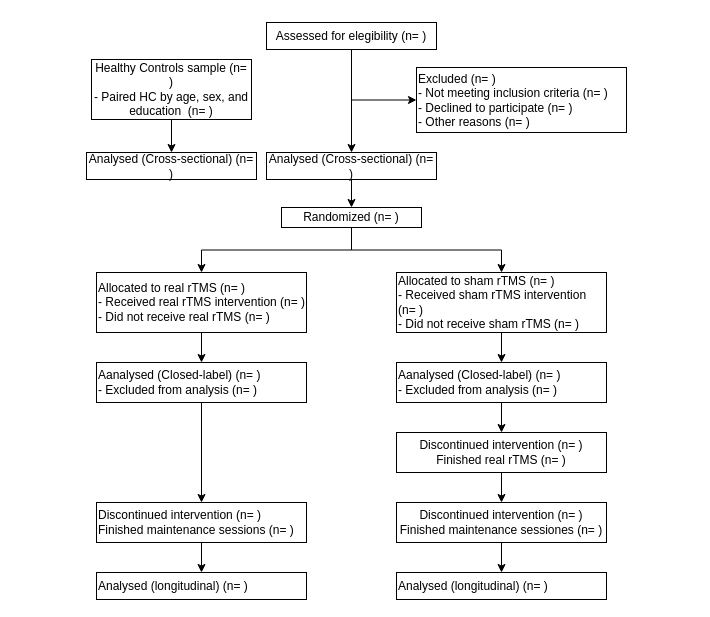
Earlier version of the draw.io diagram Figures/participantFlowen.drawio (soffiafdz/TesisINB). Source tidied: cells renumbered, new cells numbered last; positions are measured from the earlier drawing's top-left corner, leaving out a move shared by most shapes. Both pictures are drawn from the tidied source at 100%, with x=0, y=0 at pixel (86, 22).
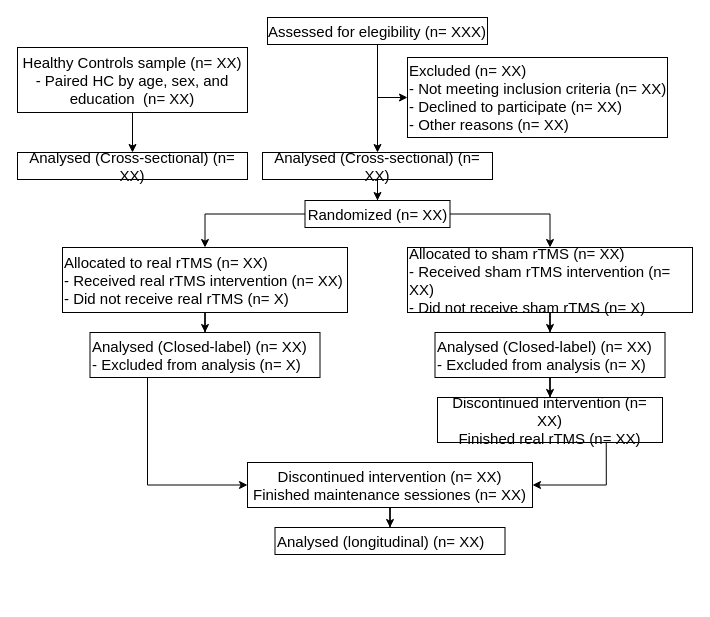
The same diagram, later.

Change to the diagram source:
```diff
@@
-    <mxCell id="2" value="Assessed for elegibility (n= )" style="rounded=0;whiteSpace=wrap;html=1;rotation=0;" parent="1" vertex="1">
-      <mxGeometry x="180" width="170" height="27" as="geometry" />
+    <mxCell id="2" value="&lt;font style=&quot;font-size: 15px&quot;&gt;Assessed for elegibility (n= XXX)&lt;/font&gt;" style="rounded=0;whiteSpace=wrap;html=1;rotation=0;" parent="1" vertex="1">
+      <mxGeometry x="181" y="-5" width="220" height="27" as="geometry" />
     </mxCell>
-    <mxCell id="3" value="&lt;div align=&quot;left&quot;&gt;Excluded (n= )&lt;br&gt;- Not meeting inclusion criteria (n= )&lt;br&gt;- Declined to participate (n= )&lt;br&gt;- Other reasons (n= )&lt;/div&gt;" style="rounded=0;whiteSpace=wrap;html=1;align=left;rotation=0;" parent="1" vertex="1" collapsed="1">
-      <mxGeometry x="330" y="45" width="210" height="65" as="geometry" />
+    <mxCell id="3" value="&lt;div style=&quot;font-size: 15px&quot; align=&quot;left&quot;&gt;&lt;font style=&quot;font-size: 15px&quot;&gt;Excluded (n= XX)&lt;br&gt;- Not meeting inclusion criteria (n= XX)&lt;br&gt;- Declined to participate (n= XX)&lt;br&gt;- Other reasons (n= XX)&lt;/font&gt;&lt;/div&gt;" style="rounded=0;whiteSpace=wrap;html=1;align=left;rotation=0;" parent="1" vertex="1" collapsed="1">
+      <mxGeometry x="321" y="35" width="260" height="80" as="geometry" />
     </mxCell>
@@
-    <mxCell id="5" style="edgeStyle=orthogonalEdgeStyle;rounded=0;jettySize=auto;html=1;" parent="1" edge="1" source="7" target="10">
+    <mxCell id="5" style="edgeStyle=orthogonalEdgeStyle;rounded=0;jettySize=auto;html=1;exitX=0;exitY=0.5;exitDx=0;exitDy=0;entryX=0.5;entryY=0;entryDx=0;entryDy=0;" parent="1" edge="1" source="7" target="10">
       <mxGeometry relative="1" as="geometry" />
     </mxCell>
-    <mxCell id="6" style="edgeStyle=orthogonalEdgeStyle;rounded=0;jettySize=auto;html=1;exitX=0.5;exitY=1;exitDx=0;exitDy=0;" parent="1" edge="1" source="7" target="15">
+    <mxCell id="6" style="edgeStyle=orthogonalEdgeStyle;rounded=0;jettySize=auto;html=1;exitX=1;exitY=0.5;exitDx=0;exitDy=0;entryX=0.5;entryY=0;entryDx=0;entryDy=0;" parent="1" edge="1" source="7" target="15">
       <mxGeometry relative="1" as="geometry" />
     </mxCell>
-    <mxCell id="7" value="Randomized (n= )" style="rounded=0;whiteSpace=wrap;html=1;rotation=0;" parent="1" vertex="1">
-      <mxGeometry x="195" y="185" width="140" height="20" as="geometry" />
+    <mxCell id="7" value="&lt;font style=&quot;font-size: 15px&quot;&gt;Randomized (n= XX)&lt;/font&gt;" style="rounded=0;whiteSpace=wrap;html=1;rotation=0;" parent="1" vertex="1">
+      <mxGeometry x="218.5" y="178" width="145" height="27" as="geometry" />
     </mxCell>
@@
-    <mxCell id="10" value="&lt;div align=&quot;left&quot;&gt;Allocated to real rTMS (n= )&lt;br&gt;- Received real rTMS intervention (n= )&lt;br&gt;- Did not receive real rTMS (n= )&lt;br&gt;&lt;/div&gt;" style="rounded=0;whiteSpace=wrap;html=1;align=left;rotation=0;" parent="1" vertex="1">
-      <mxGeometry x="10" y="250" width="210" height="60" as="geometry" />
+    <mxCell id="10" value="&lt;div style=&quot;font-size: 15px&quot; align=&quot;left&quot;&gt;&lt;font style=&quot;font-size: 15px&quot;&gt;Allocated to real rTMS (n= XX)&lt;br&gt;- Received real rTMS intervention (n= XX)&lt;br&gt;- Did not receive real rTMS (n= X)&lt;br&gt;&lt;/font&gt;&lt;/div&gt;" style="rounded=0;whiteSpace=wrap;html=1;align=left;rotation=0;" parent="1" vertex="1">
+      <mxGeometry x="-24" y="225" width="285" height="65" as="geometry" />
     </mxCell>
-    <mxCell id="11" style="edgeStyle=orthogonalEdgeStyle;rounded=0;jettySize=auto;html=1;" parent="1" edge="1" source="12" target="13">
-      <mxGeometry relative="1" as="geometry" />
-    </mxCell>
-    <mxCell id="12" value="&lt;div&gt;Discontinued intervention (n= )&lt;/div&gt;&lt;div&gt;Finished maintenance sessions (n= )&lt;br&gt;&lt;/div&gt;" style="rounded=0;whiteSpace=wrap;html=1;align=left;rotation=0;" parent="1" vertex="1">
-      <mxGeometry x="10" y="480" width="210" height="40" as="geometry" />
-    </mxCell>
-    <mxCell id="13" value="Analysed (longitudinal) (n= )" style="rounded=0;whiteSpace=wrap;html=1;align=left;rotation=0;" parent="1" vertex="1">
-      <mxGeometry x="10" y="550" width="210" height="27" as="geometry" />
-    </mxCell>
@@
-    <mxCell id="15" value="&lt;div align=&quot;left&quot;&gt;Allocated to sham rTMS (n= )&lt;br&gt;- Received sham rTMS intervention (n= )&lt;br&gt;- Did not receive sham rTMS (n= )&lt;br&gt;&lt;/div&gt;" style="rounded=0;whiteSpace=wrap;html=1;align=left;rotation=0;" parent="1" vertex="1">
-      <mxGeometry x="310" y="250" width="210" height="60" as="geometry" />
+    <mxCell id="15" value="&lt;div style=&quot;font-size: 15px&quot; align=&quot;left&quot;&gt;&lt;font style=&quot;font-size: 15px&quot;&gt;Allocated to sham rTMS (n= XX)&lt;br&gt;- Received sham rTMS intervention (n= XX)&lt;br&gt;- Did not receive sham rTMS (n= X)&lt;br&gt;&lt;/font&gt;&lt;/div&gt;" style="rounded=0;whiteSpace=wrap;html=1;align=left;rotation=0;" parent="1" vertex="1">
+      <mxGeometry x="321" y="225" width="285" height="65" as="geometry" />
     </mxCell>
@@
-    <mxCell id="17" value="&lt;div align=&quot;left&quot;&gt;Aanalysed (Closed-label) (n= )&lt;/div&gt;&lt;div align=&quot;left&quot;&gt;- Excluded from analysis (n= )&lt;br&gt;&lt;/div&gt;" style="rounded=0;whiteSpace=wrap;html=1;align=left;rotation=0;" parent="1" vertex="1">
-      <mxGeometry x="310" y="340" width="210" height="40" as="geometry" />
+    <mxCell id="17" value="&lt;div style=&quot;font-size: 15px&quot; align=&quot;left&quot;&gt;&lt;font style=&quot;font-size: 15px&quot;&gt;Analysed (Closed-label) (n= XX)&lt;/font&gt;&lt;/div&gt;&lt;div style=&quot;font-size: 15px&quot; align=&quot;left&quot;&gt;&lt;font style=&quot;font-size: 15px&quot;&gt;- Excluded from analysis (n= X)&lt;br&gt;&lt;/font&gt;&lt;/div&gt;" style="rounded=0;whiteSpace=wrap;html=1;align=left;rotation=0;" parent="1" vertex="1">
+      <mxGeometry x="348.5" y="310" width="230" height="45" as="geometry" />
     </mxCell>
-    <mxCell id="18" style="edgeStyle=orthogonalEdgeStyle;rounded=0;jettySize=auto;html=1;" parent="1" edge="1" source="19" target="28">
+    <mxCell id="18" style="edgeStyle=orthogonalEdgeStyle;rounded=0;jettySize=auto;html=1;exitX=0.75;exitY=1;exitDx=0;exitDy=0;entryX=1;entryY=0.5;entryDx=0;entryDy=0;" parent="1" edge="1" source="19" target="28">
       <mxGeometry relative="1" as="geometry" />
     </mxCell>
-    <mxCell id="19" value="&lt;div align=&quot;center&quot;&gt;Discontinued intervention (n= )&lt;/div&gt;&lt;div align=&quot;center&quot;&gt;Finished real rTMS (n= )&lt;br&gt;&lt;/div&gt;" style="rounded=0;whiteSpace=wrap;html=1;align=center;rotation=0;" parent="1" vertex="1">
-      <mxGeometry x="310" y="410" width="210" height="40" as="geometry" />
+    <mxCell id="19" value="&lt;div style=&quot;font-size: 15px&quot; align=&quot;center&quot;&gt;&lt;font style=&quot;font-size: 15px&quot;&gt;Discontinued intervention (n= XX)&lt;/font&gt;&lt;/div&gt;&lt;div style=&quot;font-size: 15px&quot; align=&quot;center&quot;&gt;&lt;font style=&quot;font-size: 15px&quot;&gt;Finished real rTMS (n= XX)&lt;br&gt;&lt;/font&gt;&lt;/div&gt;" style="rounded=0;whiteSpace=wrap;html=1;align=center;rotation=0;" parent="1" vertex="1">
+      <mxGeometry x="351" y="375" width="225" height="45" as="geometry" />
     </mxCell>
@@
-    <mxCell id="21" value="&lt;div align=&quot;center&quot;&gt;Healthy Controls sample (n= )&lt;br&gt;- Paired HC by age, sex, and education&amp;nbsp; (n= )&lt;br&gt;&lt;/div&gt;" style="rounded=0;whiteSpace=wrap;html=1;align=center;rotation=0;" parent="1" vertex="1">
-      <mxGeometry x="5" y="37" width="160" height="60" as="geometry" />
+    <mxCell id="21" value="&lt;div style=&quot;font-size: 15px&quot; align=&quot;center&quot;&gt;&lt;font style=&quot;font-size: 15px&quot;&gt;Healthy Controls sample (n= XX)&lt;br&gt;- Paired HC by age, sex, and education&amp;nbsp; (n= XX)&lt;br&gt;&lt;/font&gt;&lt;/div&gt;" style="rounded=0;whiteSpace=wrap;html=1;align=center;rotation=0;" parent="1" vertex="1">
+      <mxGeometry x="-69" y="25" width="230" height="65" as="geometry" />
     </mxCell>
-    <mxCell id="22" value="&lt;div align=&quot;center&quot;&gt;Analysed (Cross-sectional) (n= )&lt;br&gt;&lt;/div&gt;" style="rounded=0;whiteSpace=wrap;html=1;align=center;rotation=0;" parent="1" vertex="1">
-      <mxGeometry y="130" width="170" height="27" as="geometry" />
+    <mxCell id="22" value="&lt;div style=&quot;font-size: 15px&quot; align=&quot;center&quot;&gt;&lt;font style=&quot;font-size: 15px&quot;&gt;Analysed (Cross-sectional) (n= XX)&lt;br&gt;&lt;/font&gt;&lt;/div&gt;" style="rounded=0;whiteSpace=wrap;html=1;align=center;rotation=0;" parent="1" vertex="1">
+      <mxGeometry x="-69" y="130" width="230" height="27" as="geometry" />
     </mxCell>
@@
-    <mxCell id="24" value="Analysed (Cross-sectional) (n= )" style="rounded=0;whiteSpace=wrap;html=1;rotation=0;" parent="1" vertex="1">
-      <mxGeometry x="180" y="130" width="170" height="27" as="geometry" />
+    <mxCell id="24" value="&lt;font style=&quot;font-size: 15px&quot;&gt;Analysed (Cross-sectional) (n= XX)&lt;/font&gt;" style="rounded=0;whiteSpace=wrap;html=1;rotation=0;" parent="1" vertex="1">
+      <mxGeometry x="176" y="130" width="230" height="27" as="geometry" />
     </mxCell>
-    <mxCell id="25" style="edgeStyle=orthogonalEdgeStyle;rounded=0;jettySize=auto;html=1;" parent="1" edge="1" source="26" target="12">
-      <mxGeometry relative="1" as="geometry" />
-    </mxCell>
+    <mxCell id="30" style="edgeStyle=orthogonalEdgeStyle;rounded=0;jettySize=auto;html=1;exitX=0.25;exitY=1;exitDx=0;exitDy=0;entryX=0;entryY=0.5;entryDx=0;entryDy=0;" parent="1" edge="1" source="26" target="28">
+      <mxGeometry relative="1" as="geometry" />
+    </mxCell>
-    <mxCell id="26" value="&lt;div align=&quot;left&quot;&gt;Aanalysed (Closed-label) (n= )&lt;/div&gt;&lt;div align=&quot;left&quot;&gt;- Excluded from analysis (n= )&lt;br&gt;&lt;/div&gt;" style="rounded=0;whiteSpace=wrap;html=1;align=left;rotation=0;" parent="1" vertex="1">
-      <mxGeometry x="10" y="340" width="210" height="40" as="geometry" />
+    <mxCell id="26" value="&lt;div style=&quot;font-size: 15px&quot; align=&quot;left&quot;&gt;&lt;font style=&quot;font-size: 15px&quot;&gt;Analysed (Closed-label) (n= XX)&lt;/font&gt;&lt;/div&gt;&lt;div style=&quot;font-size: 15px&quot; align=&quot;left&quot;&gt;&lt;font style=&quot;font-size: 15px&quot;&gt;- Excluded from analysis (n= X)&lt;br&gt;&lt;/font&gt;&lt;/div&gt;" style="rounded=0;whiteSpace=wrap;html=1;align=left;rotation=0;" parent="1" vertex="1">
+      <mxGeometry x="3.5" y="310" width="230" height="45" as="geometry" />
     </mxCell>
@@
-    <mxCell id="28" value="&lt;div align=&quot;center&quot;&gt;Discontinued intervention (n= )&lt;/div&gt;&lt;div align=&quot;center&quot;&gt;Finished maintenance sessiones (n= )&lt;br&gt;&lt;/div&gt;" style="rounded=0;whiteSpace=wrap;html=1;align=center;rotation=0;" parent="1" vertex="1">
-      <mxGeometry x="310" y="480" width="210" height="40" as="geometry" />
+    <mxCell id="28" value="&lt;div style=&quot;font-size: 15px&quot; align=&quot;center&quot;&gt;&lt;font style=&quot;font-size: 15px&quot;&gt;Discontinued intervention (n= XX)&lt;/font&gt;&lt;/div&gt;&lt;div style=&quot;font-size: 15px&quot; align=&quot;center&quot;&gt;&lt;font style=&quot;font-size: 15px&quot;&gt;Finished maintenance sessiones (n= XX)&lt;br&gt;&lt;/font&gt;&lt;/div&gt;" style="rounded=0;whiteSpace=wrap;html=1;align=center;rotation=0;" parent="1" vertex="1">
+      <mxGeometry x="161" y="440" width="285" height="45" as="geometry" />
     </mxCell>
-    <mxCell id="29" value="&lt;div&gt;Analysed (longitudinal) (n= )&lt;br&gt;&lt;/div&gt;" style="rounded=0;whiteSpace=wrap;html=1;align=left;rotation=0;" parent="1" vertex="1">
-      <mxGeometry x="310" y="550" width="210" height="27" as="geometry" />
+    <mxCell id="29" value="&lt;div style=&quot;font-size: 15px&quot;&gt;Analysed (longitudinal) (n= XX)&lt;br&gt;&lt;/div&gt;" style="rounded=0;whiteSpace=wrap;html=1;align=left;rotation=0;" parent="1" vertex="1">
+      <mxGeometry x="188.5" y="505" width="230" height="27" as="geometry" />
     </mxCell>
```
